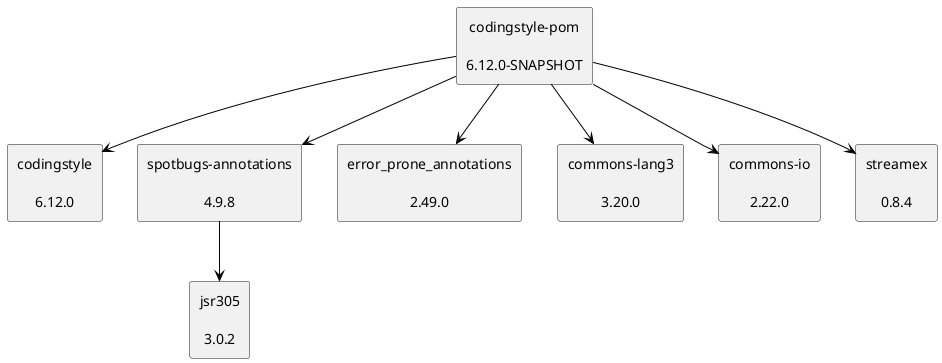
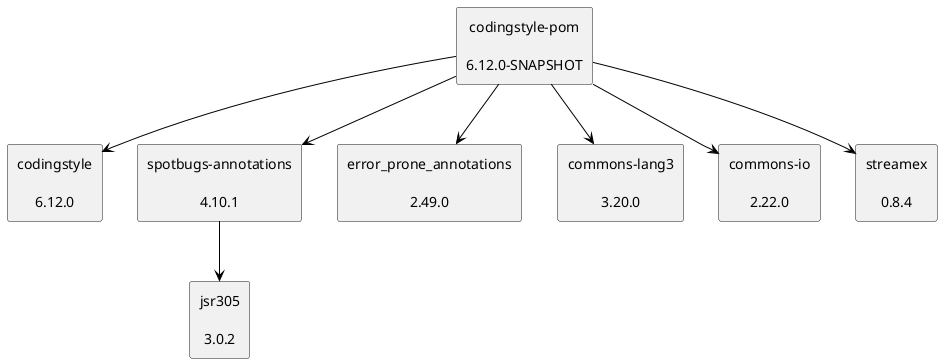
@startuml
skinparam defaultTextAlignment center
skinparam rectangle {
  BackgroundColor<<optional>> beige
  BackgroundColor<<test>> lightGreen
  BackgroundColor<<runtime>> lightBlue
  BackgroundColor<<provided>> lightGray
}
rectangle "codingstyle-pom\n\n6.12.0-SNAPSHOT" as edu_hm_hafner_codingstyle_pom_pom
rectangle "codingstyle\n\n6.12.0" as edu_hm_hafner_codingstyle_jar
- rectangle "spotbugs-annotations\n\n4.9.8" as com_github_spotbugs_spotbugs_annotations_jar
+ rectangle "spotbugs-annotations\n\n4.10.1" as com_github_spotbugs_spotbugs_annotations_jar
rectangle "jsr305\n\n3.0.2" as com_google_code_findbugs_jsr305_jar
rectangle "error_prone_annotations\n\n2.49.0" as com_google_errorprone_error_prone_annotations_jar
rectangle "commons-lang3\n\n3.20.0" as org_apache_commons_commons_lang3_jar
rectangle "commons-io\n\n2.22.0" as commons_io_commons_io_jar
rectangle "streamex\n\n0.8.4" as one_util_streamex_jar
edu_hm_hafner_codingstyle_pom_pom -[#000000]-> edu_hm_hafner_codingstyle_jar
com_github_spotbugs_spotbugs_annotations_jar -[#000000]-> com_google_code_findbugs_jsr305_jar
edu_hm_hafner_codingstyle_pom_pom -[#000000]-> com_github_spotbugs_spotbugs_annotations_jar
edu_hm_hafner_codingstyle_pom_pom -[#000000]-> com_google_errorprone_error_prone_annotations_jar
edu_hm_hafner_codingstyle_pom_pom -[#000000]-> org_apache_commons_commons_lang3_jar
edu_hm_hafner_codingstyle_pom_pom -[#000000]-> commons_io_commons_io_jar
edu_hm_hafner_codingstyle_pom_pom -[#000000]-> one_util_streamex_jar
@enduml